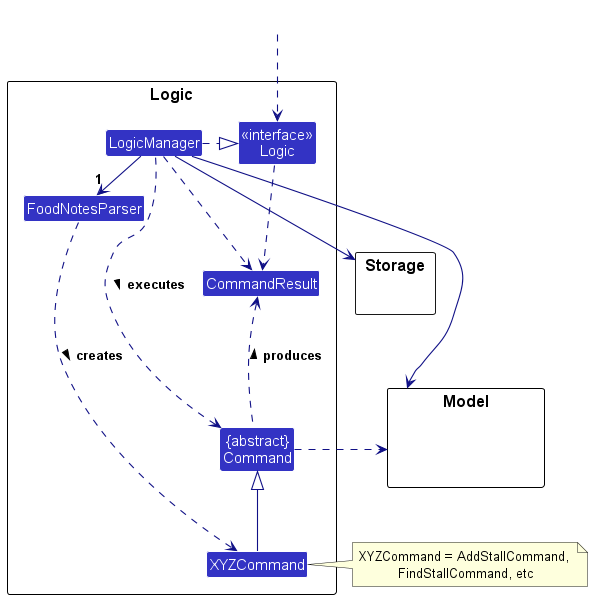
Earlier version of the PlantUML export docs/images/LogicClassDiagram.png (teoks0199/tp).
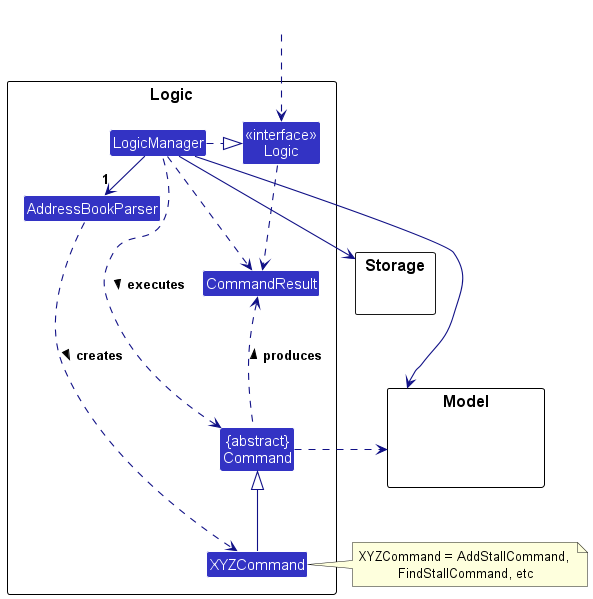
Above is the later version.

What changed in the source:
```diff
@@ -6,7 +6,7 @@
 
 package Logic as LogicPackage {
 
-Class FoodNotesParser
+Class AddressBookParser
 Class XYZCommand
 Class CommandResult
 Class "{abstract}\nCommand" as Command
@@ -27,8 +27,8 @@
 HiddenOutside ..> Logic
 
 LogicManager .right.|> Logic
-LogicManager -right->"1" FoodNotesParser
-FoodNotesParser ..> XYZCommand : creates >
+LogicManager -right->"1" AddressBookParser
+AddressBookParser ..> XYZCommand : creates >
 
 XYZCommand -up-|> Command
 LogicManager .left.> Command : executes >
```
